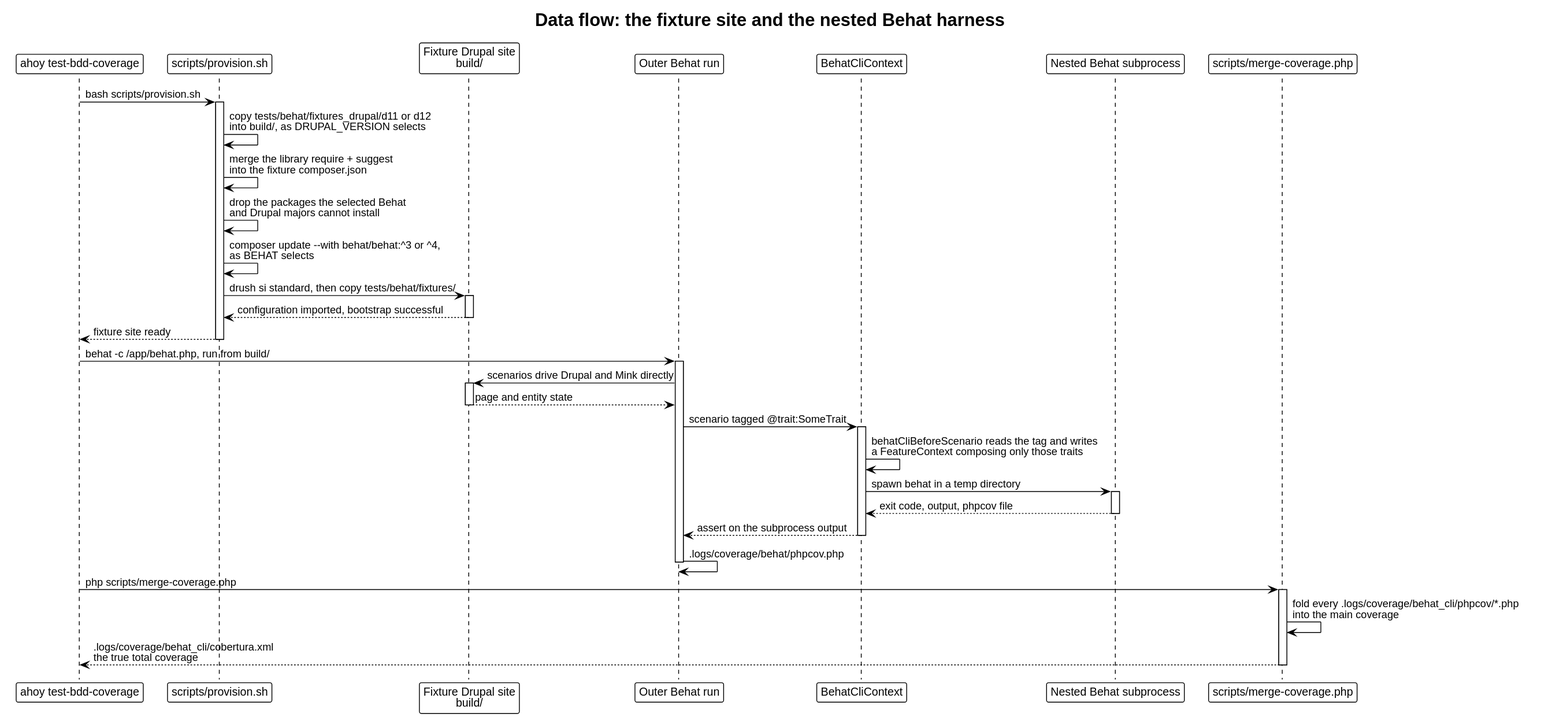
Earlier version of the PlantUML export docs/architecture/dataflow-tests.svg (drevops/behat-steps).
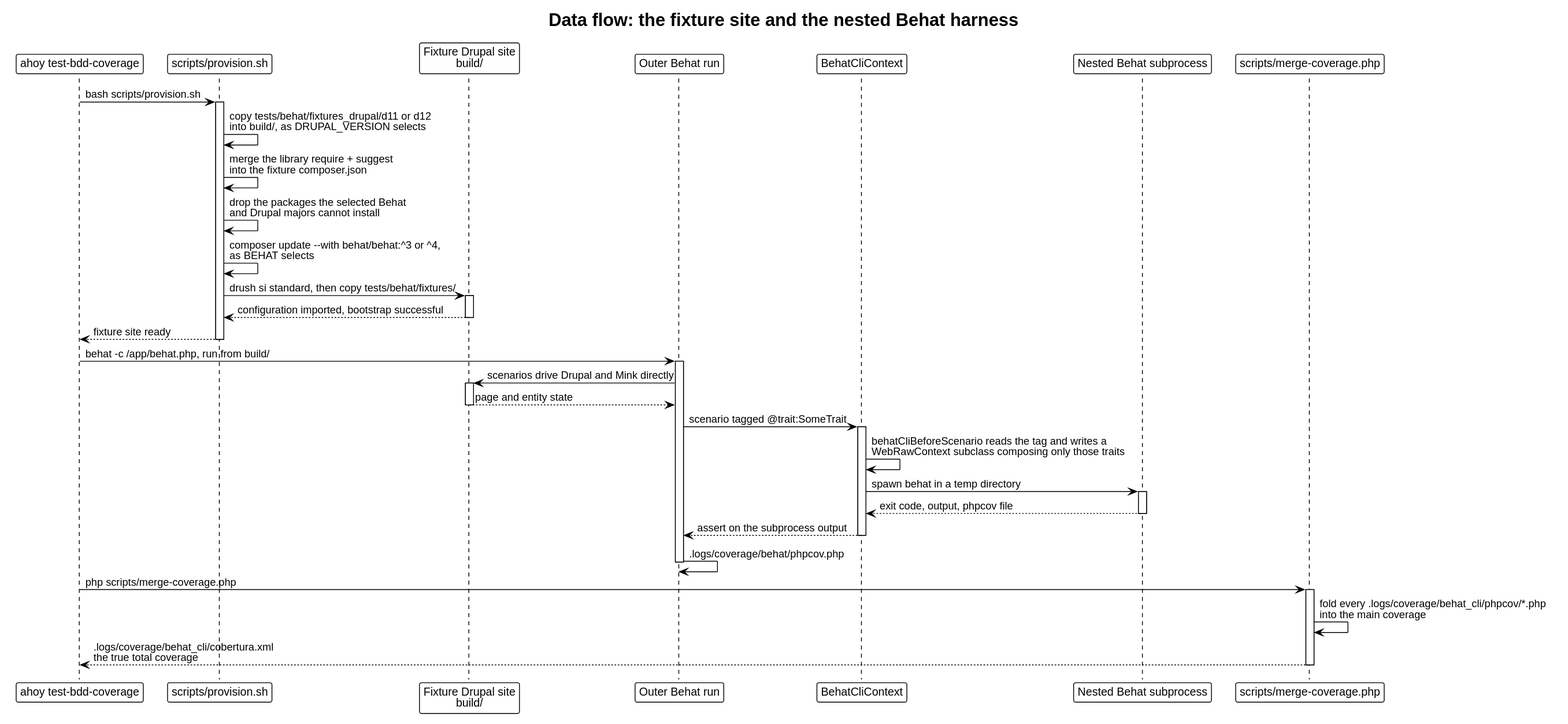
The same diagram one commit later.

What changed in the source:
```diff
@@ -36,7 +36,7 @@
 
 Behat -> Cli: scenario tagged @trait:SomeTrait
 activate Cli
-Cli -> Cli: behatCliBeforeScenario reads the tag and writes\na FeatureContext composing only those traits
+Cli -> Cli: behatCliBeforeScenario reads the tag and writes a\nWebRawContext subclass composing only those traits
 Cli -> Sub: spawn behat in a temp directory
 activate Sub
 Sub --> Cli: exit code, output, phpcov file
```
